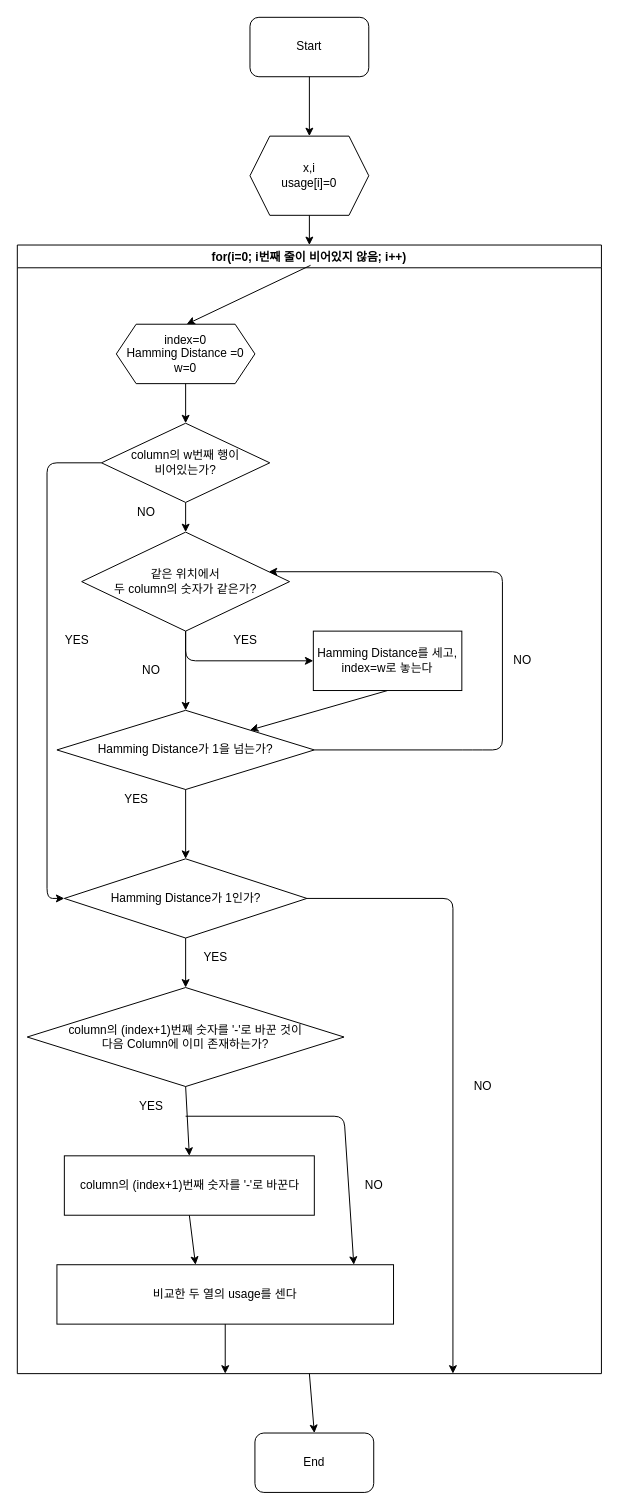
Earlier version of the draw.io diagram MakeColumn.drawio (aaron-rev/QuinMc_C2Plus). Source tidied: cells renumbered, new cells numbered last; positions are measured from the earlier drawing's top-left corner, leaving out a move shared by most shapes. Both pictures are drawn from the tidied source at 99%, with x=0, y=0 at pixel (17, 17).
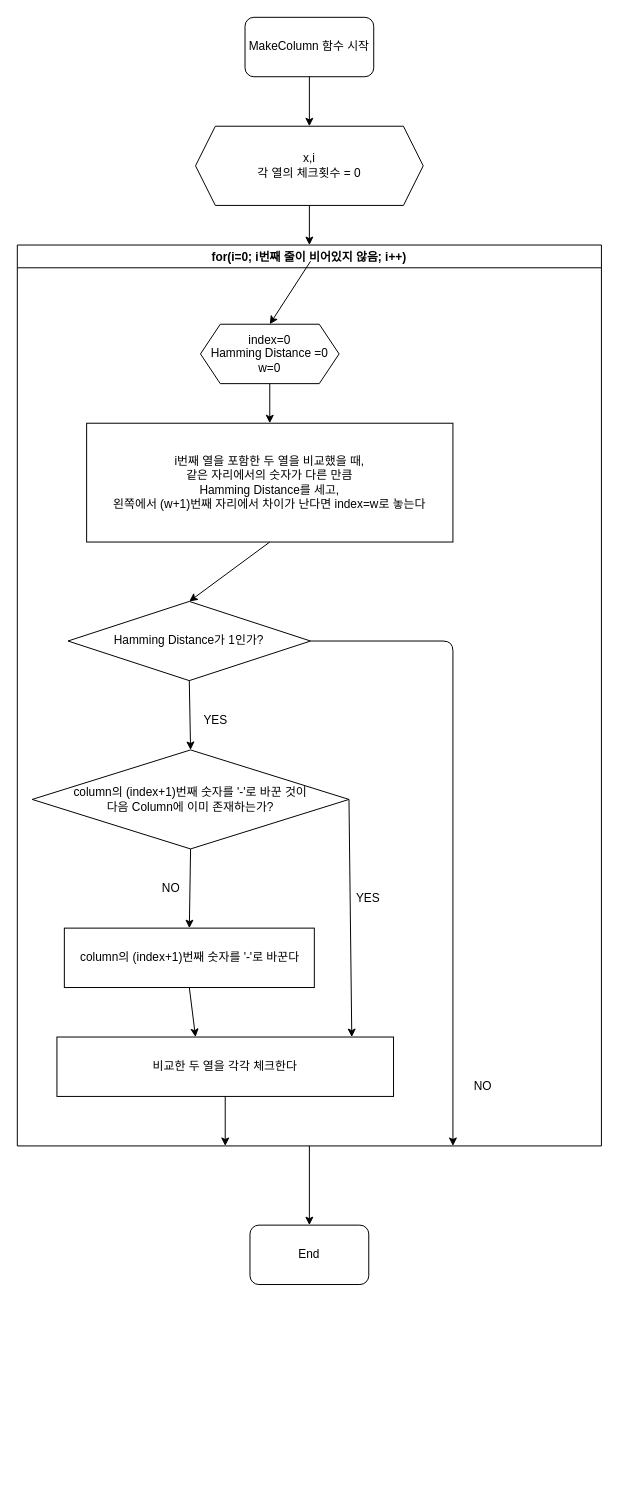
The same diagram, later.

Commit message:
Hamming Distance를 세는 부분을 좀더 간결하게 수정

The edit, as a diff of the source:
```diff
@@
-    <mxCell id="2" value="Start" style="rounded=1;whiteSpace=wrap;html=1;" parent="1" vertex="1">
-      <mxGeometry x="235" width="120" height="60" as="geometry" />
+    <mxCell id="2" value="MakeColumn 함수 시작" style="rounded=1;whiteSpace=wrap;html=1;" parent="1" vertex="1">
+      <mxGeometry x="230" width="130" height="60" as="geometry" />
     </mxCell>
@@
-    <mxCell id="4" value="x,i&lt;br&gt;usage[i]=0" style="shape=hexagon;perimeter=hexagonPerimeter2;whiteSpace=wrap;html=1;fixedSize=1;" parent="1" vertex="1">
-      <mxGeometry x="235" y="120" width="120" height="80" as="geometry" />
+    <mxCell id="4" value="x,i&lt;br&gt;각 열의 체크횟수 = 0" style="shape=hexagon;perimeter=hexagonPerimeter2;whiteSpace=wrap;html=1;fixedSize=1;" parent="1" vertex="1">
+      <mxGeometry x="180" y="110" width="230" height="80" as="geometry" />
     </mxCell>
@@
     <mxCell id="6" value="for(i=0; i번째 줄이 비어있지 않음; i++)" style="swimlane;" parent="1" vertex="1">
-      <mxGeometry y="230" width="590" height="1140" as="geometry" />
+      <mxGeometry y="230" width="590" height="910" as="geometry" />
     </mxCell>
-    <mxCell id="7" style="endArrow=classic;html=1;exitX=0.502;exitY=0.018;exitDx=0;exitDy=0;exitPerimeter=0;" parent="6" edge="1" source="6">
-      <mxGeometry relative="1" as="geometry">
-        <mxPoint x="171" y="80" as="targetPoint" />
-      </mxGeometry>
+    <mxCell id="7" style="endArrow=classic;html=1;exitX=0.502;exitY=0.018;exitDx=0;exitDy=0;exitPerimeter=0;entryX=0.5;entryY=0;entryDx=0;entryDy=0;" parent="6" edge="1" source="6" target="8">
+      <mxGeometry relative="1" as="geometry" />
     </mxCell>
     <mxCell id="8" value="index=0&lt;br&gt;Hamming Distance =0&lt;br&gt;w=0" style="shape=hexagon;perimeter=hexagonPerimeter2;whiteSpace=wrap;html=1;fixedSize=1;" parent="6" vertex="1">
-      <mxGeometry x="100" y="80" width="140" height="60" as="geometry" />
+      <mxGeometry x="185" y="80" width="140" height="60" as="geometry" />
     </mxCell>
-    <mxCell id="9" style="endArrow=classic;html=1;exitX=0.5;exitY=1;exitDx=0;exitDy=0;" parent="6" edge="1">
-      <mxGeometry relative="1" as="geometry">
-        <mxPoint x="170" y="260" as="sourcePoint" />
-        <mxPoint x="170" y="290" as="targetPoint" />
-      </mxGeometry>
-    </mxCell>
-    <mxCell id="10" value="같은 위치에서 &lt;br&gt;두 column의 숫자가 같은가?" style="rhombus;whiteSpace=wrap;html=1;" parent="6" vertex="1">
-      <mxGeometry x="65" y="290" width="210" height="100" as="geometry" />
-    </mxCell>
-    <mxCell id="11" style="endArrow=classic;html=1;exitX=0.5;exitY=1;exitDx=0;exitDy=0;entryX=0;entryY=0.5;entryDx=0;entryDy=0;" parent="6" edge="1" source="10" target="13">
-      <mxGeometry relative="1" as="geometry">
-        <Array as="points">
-          <mxPoint x="170" y="420" />
-        </Array>
-      </mxGeometry>
-    </mxCell>
-    <mxCell id="12" value="YES" style="text;html=1;align=center;verticalAlign=middle;strokeColor=none;" parent="6" vertex="1">
-      <mxGeometry x="210" y="390" width="40" height="20" as="geometry" />
-    </mxCell>
-    <mxCell id="13" value="Hamming Distance를 세고, index=w로 놓는다" style="rounded=0;whiteSpace=wrap;html=1;" parent="6" vertex="1">
-      <mxGeometry x="299" y="390" width="150" height="60" as="geometry" />
+    <mxCell id="13" value="i번째 열을 포함한 두 열을 비교했을 때,&lt;br&gt;같은 자리에서의 숫자가 다른 만큼&lt;br&gt;Hamming Distance를 세고, &lt;br&gt;왼쪽에서 (w+1)번째 자리에서 차이가 난다면 index=w로 놓는다" style="rounded=0;whiteSpace=wrap;html=1;" parent="6" vertex="1">
+      <mxGeometry x="70" y="180" width="370" height="120" as="geometry" />
     </mxCell>
-    <mxCell id="14" value="column의 w번째 행이&lt;br&gt;비어있는가?" style="rhombus;whiteSpace=wrap;html=1;" parent="6" vertex="1">
-      <mxGeometry x="85" y="180" width="170" height="80" as="geometry" />
-    </mxCell>
-    <mxCell id="15" value="Hamming Distance가 1을 넘는가?" style="rhombus;whiteSpace=wrap;html=1;" parent="6" vertex="1">
-      <mxGeometry x="40" y="470" width="260" height="80" as="geometry" />
-    </mxCell>
-    <mxCell id="16" value="Hamming Distance가 1인가?" style="rhombus;whiteSpace=wrap;html=1;" parent="6" vertex="1">
-      <mxGeometry x="47.5" y="620" width="245" height="80" as="geometry" />
-    </mxCell>
-    <mxCell id="17" style="endArrow=classic;html=1;exitX=0.5;exitY=1;exitDx=0;exitDy=0;entryX=0.5;entryY=0;entryDx=0;entryDy=0;" parent="6" edge="1" source="10" target="15">
-      <mxGeometry relative="1" as="geometry" />
-    </mxCell>
-    <mxCell id="18" value="NO" style="text;html=1;align=center;verticalAlign=middle;strokeColor=none;" parent="6" vertex="1">
-      <mxGeometry x="120" y="420" width="30" height="20" as="geometry" />
-    </mxCell>
-    <mxCell id="19" style="endArrow=classic;html=1;entryX=1;entryY=0;entryDx=0;entryDy=0;exitX=0.5;exitY=1;exitDx=0;exitDy=0;" parent="6" edge="1" source="13" target="15">
-      <mxGeometry relative="1" as="geometry" />
+    <mxCell id="19" style="endArrow=classic;html=1;exitX=0.5;exitY=1;exitDx=0;exitDy=0;startArrow=none;" parent="6" edge="1" source="16">
+      <mxGeometry relative="1" as="geometry">
+        <mxPoint x="175" y="400" as="targetPoint" />
+      </mxGeometry>
     </mxCell>
-    <mxCell id="20" style="endArrow=classic;html=1;exitX=0.5;exitY=1;exitDx=0;exitDy=0;entryX=0.5;entryY=0;entryDx=0;entryDy=0;" parent="6" edge="1" source="8" target="14">
+    <mxCell id="20" style="endArrow=classic;html=1;exitX=0.5;exitY=1;exitDx=0;exitDy=0;entryX=0.5;entryY=0;entryDx=0;entryDy=0;" parent="6" edge="1" source="8" target="13">
       <mxGeometry relative="1" as="geometry" />
     </mxCell>
-    <mxCell id="21" style="endArrow=classic;html=1;exitX=0.5;exitY=1;exitDx=0;exitDy=0;" parent="6" edge="1" source="15" target="16">
-      <mxGeometry relative="1" as="geometry" />
-    </mxCell>
-    <mxCell id="22" value="NO" style="text;html=1;align=center;verticalAlign=middle;strokeColor=none;" parent="6" vertex="1">
-      <mxGeometry x="495" y="410" width="30" height="20" as="geometry" />
-    </mxCell>
-    <mxCell id="23" style="endArrow=classic;html=1;exitX=0;exitY=0.5;exitDx=0;exitDy=0;entryX=0;entryY=0.5;entryDx=0;entryDy=0;" parent="6" edge="1" source="14" target="16">
-      <mxGeometry relative="1" as="geometry">
-        <Array as="points">
-          <mxPoint x="30" y="220" />
-          <mxPoint x="30" y="660" />
-        </Array>
-      </mxGeometry>
-    </mxCell>
     <mxCell id="24" value="YES" style="text;html=1;align=center;verticalAlign=middle;strokeColor=none;" parent="6" vertex="1">
-      <mxGeometry x="180" y="710" width="40" height="20" as="geometry" />
+      <mxGeometry x="180" y="470" width="40" height="20" as="geometry" />
     </mxCell>
     <mxCell id="25" value="column의 (index+1)번째 숫자를 '-'로 바꾼 것이&lt;br&gt;다음 Column에 이미 존재하는가?" style="rhombus;whiteSpace=wrap;html=1;" parent="6" vertex="1">
-      <mxGeometry x="10" y="750" width="320" height="100" as="geometry" />
+      <mxGeometry x="15" y="510" width="320" height="100" as="geometry" />
     </mxCell>
     <mxCell id="26" value="column의 (index+1)번째 숫자를 '-'로 바꾼다" style="rounded=0;whiteSpace=wrap;html=1;" parent="6" vertex="1">
-      <mxGeometry x="47.5" y="920" width="252.5" height="60" as="geometry" />
+      <mxGeometry x="47.5" y="690" width="252.5" height="60" as="geometry" />
     </mxCell>
@@
-    <mxCell id="28" style="endArrow=classic;html=1;entryX=0.882;entryY=0;entryDx=0;entryDy=0;entryPerimeter=0;" parent="6" edge="1" target="30">
-      <mxGeometry relative="1" as="geometry">
-        <mxPoint x="170" y="880" as="sourcePoint" />
-        <Array as="points">
-          <mxPoint x="330" y="880" />
-        </Array>
-      </mxGeometry>
-    </mxCell>
     <mxCell id="29" style="endArrow=classic;html=1;exitX=0.5;exitY=1;exitDx=0;exitDy=0;" parent="6" edge="1" source="26">
       <mxGeometry relative="1" as="geometry">
-        <mxPoint x="180" y="1030" as="targetPoint" />
+        <mxPoint x="180" y="800" as="targetPoint" />
       </mxGeometry>
     </mxCell>
-    <mxCell id="30" value="비교한 두 열의 usage를 센다" style="rounded=0;whiteSpace=wrap;html=1;" parent="6" vertex="1">
-      <mxGeometry x="40" y="1030" width="340" height="60" as="geometry" />
+    <mxCell id="30" value="비교한 두 열을 각각 체크한다" style="rounded=0;whiteSpace=wrap;html=1;" parent="6" vertex="1">
+      <mxGeometry x="40" y="800" width="340" height="60" as="geometry" />
     </mxCell>
     <mxCell id="31" style="endArrow=classic;html=1;exitX=0.5;exitY=1;exitDx=0;exitDy=0;" parent="6" edge="1" source="30">
       <mxGeometry relative="1" as="geometry">
-        <mxPoint x="210" y="1140" as="targetPoint" />
+        <mxPoint x="210" y="910" as="targetPoint" />
       </mxGeometry>
     </mxCell>
-    <mxCell id="32" value="NO" style="text;html=1;align=center;verticalAlign=middle;strokeColor=none;" parent="1" vertex="1">
-      <mxGeometry x="115" y="490" width="30" height="20" as="geometry" />
-    </mxCell>
-    <mxCell id="33" style="endArrow=classic;html=1;exitX=1;exitY=0.5;exitDx=0;exitDy=0;" parent="1" edge="1" source="15">
-      <mxGeometry relative="1" as="geometry">
-        <mxPoint x="254" y="560" as="targetPoint" />
-        <Array as="points">
-          <mxPoint x="460" y="740" />
-          <mxPoint x="490" y="740" />
-          <mxPoint x="490" y="560" />
-        </Array>
-      </mxGeometry>
-    </mxCell>
-    <mxCell id="34" value="YES" style="text;html=1;align=center;verticalAlign=middle;strokeColor=none;" parent="1" vertex="1">
-      <mxGeometry x="100" y="780" width="40" height="20" as="geometry" />
-    </mxCell>
-    <mxCell id="35" value="YES" style="text;html=1;align=center;verticalAlign=middle;strokeColor=none;" parent="1" vertex="1">
-      <mxGeometry x="40" y="620" width="40" height="20" as="geometry" />
-    </mxCell>
+    <mxCell id="39" value="YES" style="text;html=1;align=center;verticalAlign=middle;strokeColor=none;" parent="6" vertex="1">
+      <mxGeometry x="334" y="650" width="40" height="20" as="geometry" />
+    </mxCell>
+    <mxCell id="40" value="NO" style="text;html=1;align=center;verticalAlign=middle;strokeColor=none;" parent="6" vertex="1">
+      <mxGeometry x="140" y="640" width="30" height="20" as="geometry" />
+    </mxCell>
+    <mxCell id="16" value="Hamming Distance가 1인가?" style="rhombus;whiteSpace=wrap;html=1;" parent="6" vertex="1">
+      <mxGeometry x="51.2" y="360" width="245" height="80" as="geometry" />
+    </mxCell>
+    <mxCell id="43" style="endArrow=classic;html=1;exitX=0.5;exitY=1;exitDx=0;exitDy=0;entryX=0.5;entryY=0;entryDx=0;entryDy=0;" parent="6" edge="1" source="13" target="16">
+      <mxGeometry relative="1" as="geometry" />
+    </mxCell>
+    <mxCell id="38" style="endArrow=classic;html=1;exitX=0.5;exitY=1;exitDx=0;exitDy=0;entryX=0.5;entryY=0;entryDx=0;entryDy=0;entryPerimeter=0;" parent="6" edge="1" source="16" target="25">
+      <mxGeometry relative="1" as="geometry" />
+    </mxCell>
+    <mxCell id="44" style="endArrow=classic;html=1;exitX=1;exitY=0.5;exitDx=0;exitDy=0;entryX=0.876;entryY=0;entryDx=0;entryDy=0;entryPerimeter=0;" parent="6" edge="1" source="25" target="30">
+      <mxGeometry relative="1" as="geometry" />
+    </mxCell>
-    <mxCell id="36" style="endArrow=classic;html=1;exitX=1;exitY=0.5;exitDx=0;exitDy=0;" parent="1" edge="1" source="16">
+    <mxCell id="36" style="endArrow=classic;html=1;exitX=1;exitY=0.5;exitDx=0;exitDy=0;" parent="1" edge="1">
       <mxGeometry relative="1" as="geometry">
-        <mxPoint x="440" y="1370" as="targetPoint" />
+        <mxPoint x="296.2" y="630" as="sourcePoint" />
+        <mxPoint x="440" y="1140" as="targetPoint" />
         <Array as="points">
-          <mxPoint x="440" y="890" />
+          <mxPoint x="440" y="630" />
         </Array>
       </mxGeometry>
     </mxCell>
@@
-    <mxCell id="38" style="endArrow=classic;html=1;exitX=0.5;exitY=1;exitDx=0;exitDy=0;" parent="1" edge="1" source="16">
-      <mxGeometry relative="1" as="geometry">
-        <mxPoint x="170" y="980" as="targetPoint" />
-      </mxGeometry>
-    </mxCell>
-    <mxCell id="39" value="YES" style="text;html=1;align=center;verticalAlign=middle;strokeColor=none;" parent="1" vertex="1">
-      <mxGeometry x="115" y="1090" width="40" height="20" as="geometry" />
-    </mxCell>
-    <mxCell id="40" value="NO" style="text;html=1;align=center;verticalAlign=middle;strokeColor=none;" parent="1" vertex="1">
-      <mxGeometry x="345" y="1170" width="30" height="20" as="geometry" />
-    </mxCell>
     <mxCell id="41" style="endArrow=classic;html=1;exitX=0.5;exitY=1;exitDx=0;exitDy=0;" parent="1" edge="1" source="6">
       <mxGeometry relative="1" as="geometry">
-        <mxPoint x="300" y="1430" as="targetPoint" />
+        <mxPoint x="295" y="1220" as="targetPoint" />
       </mxGeometry>
     </mxCell>
     <mxCell id="42" value="End" style="rounded=1;whiteSpace=wrap;html=1;" parent="1" vertex="1">
-      <mxGeometry x="240" y="1430" width="120" height="60" as="geometry" />
+      <mxGeometry x="235" y="1220" width="120" height="60" as="geometry" />
     </mxCell>
```
